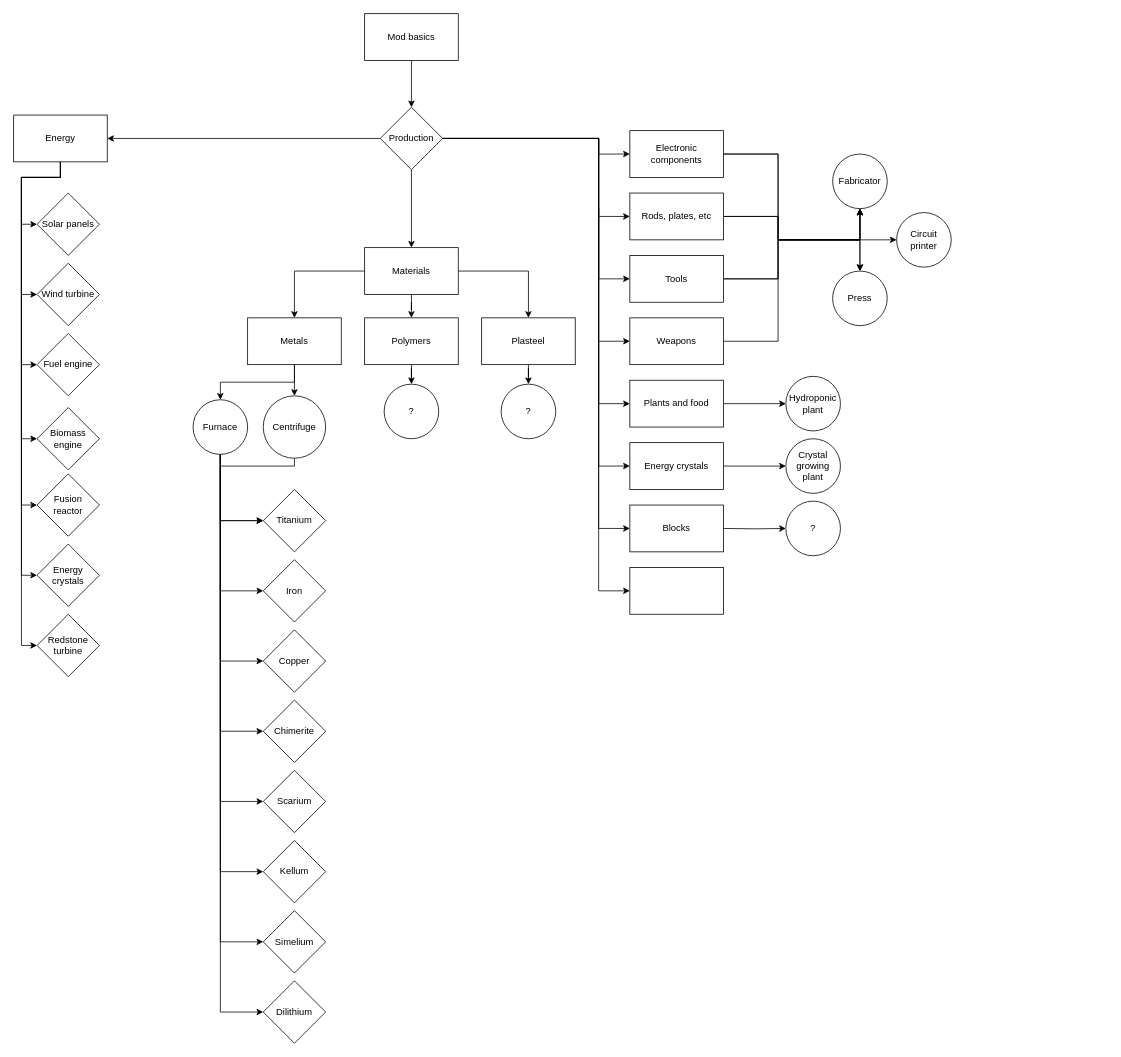
Earlier version of the draw.io diagram page "BASICS" (8 of 8) of SynchromaProgression.drawio (x3rdev/Synchroma). Source tidied: cells renumbered, new cells numbered last; positions are measured from the earlier drawing's top-left corner, leaving out a move shared by most shapes. Both pictures are drawn from the tidied source at 78%, with x=0, y=0 at pixel (13, 13).
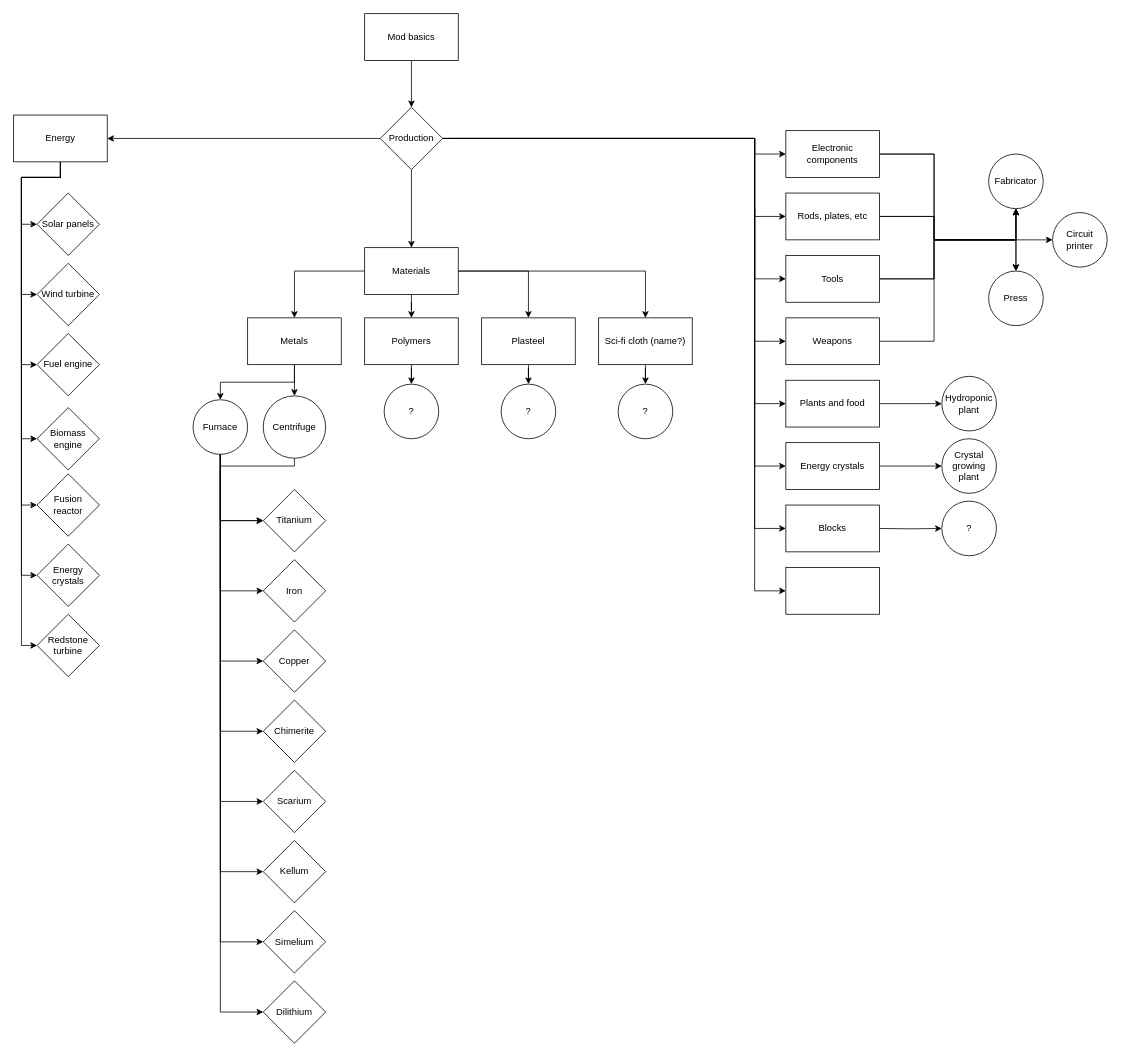
The same page after the edit.

Unchanged cells that the change refers to:
```xml
<mxCell id="11" value="Production" style="rhombus;whiteSpace=wrap;html=1;" parent="1" vertex="1">
  <mxGeometry x="470" y="120" width="80" height="80" as="geometry" />
</mxCell>
<mxCell id="23" value="Materials" style="rounded=0;whiteSpace=wrap;html=1;" parent="1" vertex="1">
  <mxGeometry x="450" y="300" width="120" height="60" as="geometry" />
</mxCell>
```

What changed in the source:
```diff
@@
     <mxCell id="5" style="edgeStyle=orthogonalEdgeStyle;rounded=0;jettySize=auto;html=1;entryX=0;entryY=0.5;entryDx=0;entryDy=0;" parent="1" edge="1" target="46">
       <mxGeometry relative="1" as="geometry">
         <mxPoint x="560" y="160" as="sourcePoint" />
         <Array as="points">
-          <mxPoint x="750" y="160" />
-          <mxPoint x="750" y="180" />
+          <mxPoint x="950" y="160" />
+          <mxPoint x="950" y="180" />
         </Array>
       </mxGeometry>
     </mxCell>
     <mxCell id="6" style="edgeStyle=orthogonalEdgeStyle;rounded=0;jettySize=auto;html=1;entryX=0;entryY=0.5;entryDx=0;entryDy=0;exitX=1;exitY=0.5;exitDx=0;exitDy=0;" parent="1" edge="1" source="11" target="48">
       <mxGeometry relative="1" as="geometry">
         <Array as="points">
-          <mxPoint x="750" y="160" />
-          <mxPoint x="750" y="580" />
+          <mxPoint x="950" y="160" />
+          <mxPoint x="950" y="580" />
         </Array>
       </mxGeometry>
     </mxCell>
@@
     <mxCell id="8" style="edgeStyle=orthogonalEdgeStyle;rounded=0;jettySize=auto;html=1;entryX=0;entryY=0.5;entryDx=0;entryDy=0;" parent="1" edge="1" source="11" target="63">
       <mxGeometry relative="1" as="geometry">
         <Array as="points">
-          <mxPoint x="750" y="160" />
-          <mxPoint x="750" y="340" />
+          <mxPoint x="950" y="160" />
+          <mxPoint x="950" y="340" />
         </Array>
       </mxGeometry>
     </mxCell>
     <mxCell id="9" style="edgeStyle=orthogonalEdgeStyle;rounded=0;jettySize=auto;html=1;entryX=0;entryY=0.5;entryDx=0;entryDy=0;" parent="1" edge="1" source="11" target="64">
       <mxGeometry relative="1" as="geometry">
         <Array as="points">
-          <mxPoint x="750" y="160" />
-          <mxPoint x="750" y="660" />
+          <mxPoint x="950" y="160" />
+          <mxPoint x="950" y="660" />
         </Array>
       </mxGeometry>
     </mxCell>
     <mxCell id="10" style="edgeStyle=orthogonalEdgeStyle;rounded=0;jettySize=auto;html=1;entryX=0;entryY=0.5;entryDx=0;entryDy=0;" parent="1" edge="1" source="11" target="65">
       <mxGeometry relative="1" as="geometry">
         <Array as="points">
-          <mxPoint x="750" y="160" />
-          <mxPoint x="750" y="740" />
+          <mxPoint x="950" y="160" />
+          <mxPoint x="950" y="740" />
         </Array>
       </mxGeometry>
     </mxCell>
@@
+    <mxCell id="86" style="edgeStyle=orthogonalEdgeStyle;rounded=0;jettySize=auto;html=1;entryX=0.5;entryY=0;entryDx=0;entryDy=0;" parent="1" edge="1" source="23" target="88">
+      <mxGeometry relative="1" as="geometry" />
+    </mxCell>
@@
     <mxCell id="44" style="edgeStyle=orthogonalEdgeStyle;rounded=0;jettySize=auto;html=1;entryX=0.5;entryY=1;entryDx=0;entryDy=0;" parent="1" edge="1" source="46" target="72">
       <mxGeometry relative="1" as="geometry">
         <Array as="points">
-          <mxPoint x="980" y="180" />
-          <mxPoint x="980" y="290" />
-          <mxPoint x="1085" y="290" />
+          <mxPoint x="1180" y="180" />
+          <mxPoint x="1180" y="290" />
+          <mxPoint x="1285" y="290" />
         </Array>
       </mxGeometry>
     </mxCell>
     <mxCell id="45" style="edgeStyle=orthogonalEdgeStyle;rounded=0;jettySize=auto;html=1;entryX=0.5;entryY=0;entryDx=0;entryDy=0;" parent="1" edge="1" source="46" target="73">
       <mxGeometry relative="1" as="geometry">
         <Array as="points">
-          <mxPoint x="980" y="180" />
-          <mxPoint x="980" y="290" />
-          <mxPoint x="1085" y="290" />
+          <mxPoint x="1180" y="180" />
+          <mxPoint x="1180" y="290" />
+          <mxPoint x="1285" y="290" />
         </Array>
       </mxGeometry>
     </mxCell>
     <mxCell id="46" value="Electronic components" style="rounded=0;whiteSpace=wrap;html=1;" parent="1" vertex="1">
-      <mxGeometry x="790" y="150" width="120" height="60" as="geometry" />
+      <mxGeometry x="990" y="150" width="120" height="60" as="geometry" />
     </mxCell>
@@
     <mxCell id="48" value="Energy crystals" style="rounded=0;whiteSpace=wrap;html=1;" parent="1" vertex="1">
-      <mxGeometry x="790" y="550" width="120" height="60" as="geometry" />
+      <mxGeometry x="990" y="550" width="120" height="60" as="geometry" />
     </mxCell>
     <mxCell id="49" style="edgeStyle=orthogonalEdgeStyle;rounded=0;jettySize=auto;html=1;entryX=0;entryY=0.5;entryDx=0;entryDy=0;" parent="1" edge="1" target="52">
       <mxGeometry relative="1" as="geometry">
         <mxPoint x="550" y="160" as="sourcePoint" />
         <Array as="points">
-          <mxPoint x="750" y="160" />
-          <mxPoint x="750" y="260" />
+          <mxPoint x="950" y="160" />
+          <mxPoint x="950" y="260" />
         </Array>
       </mxGeometry>
     </mxCell>
     <mxCell id="50" style="edgeStyle=orthogonalEdgeStyle;rounded=0;jettySize=auto;html=1;entryX=0.5;entryY=1;entryDx=0;entryDy=0;" parent="1" edge="1" source="52" target="72">
       <mxGeometry relative="1" as="geometry">
         <Array as="points">
-          <mxPoint x="980" y="260" />
-          <mxPoint x="980" y="290" />
-          <mxPoint x="1085" y="290" />
+          <mxPoint x="1180" y="260" />
+          <mxPoint x="1180" y="290" />
+          <mxPoint x="1285" y="290" />
         </Array>
       </mxGeometry>
     </mxCell>
     <mxCell id="51" style="edgeStyle=orthogonalEdgeStyle;rounded=0;jettySize=auto;html=1;entryX=0.5;entryY=0;entryDx=0;entryDy=0;" parent="1" edge="1" source="52" target="73">
       <mxGeometry relative="1" as="geometry">
         <Array as="points">
-          <mxPoint x="980" y="260" />
-          <mxPoint x="980" y="290" />
-          <mxPoint x="1085" y="290" />
+          <mxPoint x="1180" y="260" />
+          <mxPoint x="1180" y="290" />
+          <mxPoint x="1285" y="290" />
         </Array>
       </mxGeometry>
     </mxCell>
     <mxCell id="52" value="Rods, plates, etc" style="rounded=0;whiteSpace=wrap;html=1;" parent="1" vertex="1">
-      <mxGeometry x="790" y="230" width="120" height="60" as="geometry" />
+      <mxGeometry x="990" y="230" width="120" height="60" as="geometry" />
     </mxCell>
     <mxCell id="53" style="edgeStyle=orthogonalEdgeStyle;rounded=0;jettySize=auto;html=1;entryX=0;entryY=0.5;entryDx=0;entryDy=0;" parent="1" edge="1" target="55">
       <mxGeometry relative="1" as="geometry">
-        <mxPoint x="750" y="340" as="sourcePoint" />
+        <mxPoint x="950" y="340" as="sourcePoint" />
         <Array as="points">
-          <mxPoint x="750" y="250" />
-          <mxPoint x="750" y="440" />
+          <mxPoint x="950" y="250" />
+          <mxPoint x="950" y="440" />
         </Array>
       </mxGeometry>
     </mxCell>
@@
     <mxCell id="55" value="Plants and food" style="rounded=0;whiteSpace=wrap;html=1;" parent="1" vertex="1">
-      <mxGeometry x="790" y="470" width="120" height="60" as="geometry" />
+      <mxGeometry x="990" y="470" width="120" height="60" as="geometry" />
     </mxCell>
@@
     <mxCell id="58" style="edgeStyle=orthogonalEdgeStyle;rounded=0;jettySize=auto;html=1;entryX=0.5;entryY=1;entryDx=0;entryDy=0;" parent="1" edge="1" source="59" target="72">
       <mxGeometry relative="1" as="geometry">
         <Array as="points">
-          <mxPoint x="980" y="420" />
-          <mxPoint x="980" y="290" />
-          <mxPoint x="1085" y="290" />
+          <mxPoint x="1180" y="420" />
+          <mxPoint x="1180" y="290" />
+          <mxPoint x="1285" y="290" />
         </Array>
       </mxGeometry>
     </mxCell>
     <mxCell id="59" value="Weapons" style="rounded=0;whiteSpace=wrap;html=1;" parent="1" vertex="1">
-      <mxGeometry x="790" y="390" width="120" height="60" as="geometry" />
+      <mxGeometry x="990" y="390" width="120" height="60" as="geometry" />
     </mxCell>
     <mxCell id="60" style="edgeStyle=orthogonalEdgeStyle;rounded=0;jettySize=auto;html=1;entryX=0;entryY=0.5;entryDx=0;entryDy=0;" parent="1" edge="1" target="59">
       <mxGeometry relative="1" as="geometry">
-        <mxPoint x="750" y="420" as="sourcePoint" />
+        <mxPoint x="950" y="420" as="sourcePoint" />
         <Array as="points">
-          <mxPoint x="770" y="420" />
-          <mxPoint x="770" y="420" />
+          <mxPoint x="970" y="420" />
+          <mxPoint x="970" y="420" />
         </Array>
       </mxGeometry>
     </mxCell>
     <mxCell id="61" style="edgeStyle=orthogonalEdgeStyle;rounded=0;jettySize=auto;html=1;entryX=0.5;entryY=1;entryDx=0;entryDy=0;" parent="1" edge="1" source="63" target="72">
       <mxGeometry relative="1" as="geometry">
         <Array as="points">
-          <mxPoint x="980" y="340" />
-          <mxPoint x="980" y="290" />
-          <mxPoint x="1085" y="290" />
+          <mxPoint x="1180" y="340" />
+          <mxPoint x="1180" y="290" />
+          <mxPoint x="1285" y="290" />
         </Array>
       </mxGeometry>
     </mxCell>
     <mxCell id="62" style="edgeStyle=orthogonalEdgeStyle;rounded=0;jettySize=auto;html=1;entryX=0;entryY=0.5;entryDx=0;entryDy=0;" parent="1" edge="1" source="63" target="85">
       <mxGeometry relative="1" as="geometry">
         <Array as="points">
-          <mxPoint x="980" y="340" />
-          <mxPoint x="980" y="290" />
+          <mxPoint x="1180" y="340" />
+          <mxPoint x="1180" y="290" />
         </Array>
       </mxGeometry>
     </mxCell>
     <mxCell id="63" value="Tools" style="rounded=0;whiteSpace=wrap;html=1;" parent="1" vertex="1">
-      <mxGeometry x="790" y="310" width="120" height="60" as="geometry" />
+      <mxGeometry x="990" y="310" width="120" height="60" as="geometry" />
     </mxCell>
     <mxCell id="64" value="Blocks" style="rounded=0;whiteSpace=wrap;html=1;" parent="1" vertex="1">
-      <mxGeometry x="790" y="630" width="120" height="60" as="geometry" />
+      <mxGeometry x="990" y="630" width="120" height="60" as="geometry" />
     </mxCell>
     <mxCell id="65" style="rounded=0;whiteSpace=wrap;html=1;" parent="1" vertex="1">
-      <mxGeometry x="790" y="710" width="120" height="60" as="geometry" />
+      <mxGeometry x="990" y="710" width="120" height="60" as="geometry" />
     </mxCell>
     <mxCell id="66" value="Crystal growing plant" style="ellipse;whiteSpace=wrap;html=1;" parent="1" vertex="1">
-      <mxGeometry x="990" y="545" width="70" height="70" as="geometry" />
+      <mxGeometry x="1190" y="545" width="70" height="70" as="geometry" />
     </mxCell>
     <mxCell id="67" value="Hydroponic plant" style="ellipse;whiteSpace=wrap;html=1;" parent="1" vertex="1">
-      <mxGeometry x="990" y="465" width="70" height="70" as="geometry" />
+      <mxGeometry x="1190" y="465" width="70" height="70" as="geometry" />
     </mxCell>
     <mxCell id="68" style="edgeStyle=orthogonalEdgeStyle;rounded=0;jettySize=auto;html=1;entryX=0;entryY=0.5;entryDx=0;entryDy=0;" parent="1" edge="1" target="69">
       <mxGeometry relative="1" as="geometry">
-        <mxPoint x="910" y="660" as="sourcePoint" />
+        <mxPoint x="1110" y="660" as="sourcePoint" />
       </mxGeometry>
     </mxCell>
     <mxCell id="69" value="?" style="ellipse;whiteSpace=wrap;html=1;" parent="1" vertex="1">
-      <mxGeometry x="990" y="625" width="70" height="70" as="geometry" />
+      <mxGeometry x="1190" y="625" width="70" height="70" as="geometry" />
     </mxCell>
@@
     <mxCell id="72" value="Fabricator" style="ellipse;whiteSpace=wrap;html=1;" parent="1" vertex="1">
-      <mxGeometry x="1050" y="180" width="70" height="70" as="geometry" />
+      <mxGeometry x="1250" y="180" width="70" height="70" as="geometry" />
     </mxCell>
     <mxCell id="73" value="Press" style="ellipse;whiteSpace=wrap;html=1;" parent="1" vertex="1">
-      <mxGeometry x="1050" y="330" width="70" height="70" as="geometry" />
+      <mxGeometry x="1250" y="330" width="70" height="70" as="geometry" />
     </mxCell>
@@
     <mxCell id="85" value="Circuit printer" style="ellipse;whiteSpace=wrap;html=1;" parent="1" vertex="1">
-      <mxGeometry x="1132" y="255" width="70" height="70" as="geometry" />
+      <mxGeometry x="1332" y="255" width="70" height="70" as="geometry" />
     </mxCell>
+    <mxCell id="87" style="edgeStyle=orthogonalEdgeStyle;rounded=0;jettySize=auto;html=1;entryX=0.5;entryY=0;entryDx=0;entryDy=0;" parent="1" edge="1" source="88" target="89">
+      <mxGeometry relative="1" as="geometry" />
+    </mxCell>
+    <mxCell id="88" value="Sci-fi cloth (name?)" style="whiteSpace=wrap;html=1;rounded=0;" parent="1" vertex="1">
+      <mxGeometry x="750" y="390" width="120" height="60" as="geometry" />
+    </mxCell>
+    <mxCell id="89" value="?" style="ellipse;whiteSpace=wrap;html=1;" parent="1" vertex="1">
+      <mxGeometry x="775" y="475" width="70" height="70" as="geometry" />
+    </mxCell>
```
